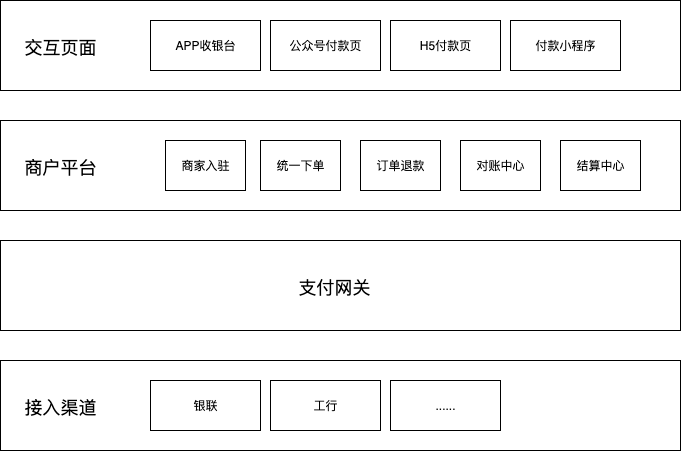
This is Untitled Diagram.png from isesame-Ch/draw.io-pri, a draw.io export, as it was before one commit. Source tidied: cells renumbered, new cells last; positions are measured from the earlier drawing's top-left corner, leaving out a move shared by most shapes. Source of this version:
```xml
<mxGraphModel>
  <root>
    <mxCell id="0" />
    <mxCell id="1" parent="0" />
    <mxCell id="2" style="rounded=0;whiteSpace=wrap;html=1;" parent="1" vertex="1">
      <mxGeometry width="680" height="90" as="geometry" />
    </mxCell>
    <mxCell id="3" value="APP收银台" style="html=1;" parent="1" vertex="1">
      <mxGeometry x="150" y="20" width="110" height="50" as="geometry" />
    </mxCell>
    <mxCell id="4" value="&lt;p&gt;&lt;span style=&quot;font-weight: normal&quot;&gt;&lt;font style=&quot;font-size: 18px&quot;&gt;交互页面&lt;/font&gt;&lt;/span&gt;&lt;/p&gt;" style="text;strokeColor=none;fillColor=none;html=1;fontSize=24;fontStyle=1;verticalAlign=middle;align=center;" parent="1" vertex="1">
      <mxGeometry x="10" y="25" width="100" height="40" as="geometry" />
    </mxCell>
    <mxCell id="5" value="公众号付款页" style="html=1;" parent="1" vertex="1">
      <mxGeometry x="270" y="20" width="110" height="50" as="geometry" />
    </mxCell>
    <mxCell id="6" value="H5付款页" style="html=1;" parent="1" vertex="1">
      <mxGeometry x="390" y="20" width="110" height="50" as="geometry" />
    </mxCell>
    <mxCell id="7" value="付款小程序" style="html=1;" parent="1" vertex="1">
      <mxGeometry x="510" y="20" width="110" height="50" as="geometry" />
    </mxCell>
    <mxCell id="8" style="rounded=0;whiteSpace=wrap;html=1;" parent="1" vertex="1">
      <mxGeometry y="120" width="680" height="90" as="geometry" />
    </mxCell>
    <mxCell id="9" value="&lt;p&gt;&lt;span style=&quot;font-size: 18px ; font-weight: 400&quot;&gt;商户平台&lt;/span&gt;&lt;/p&gt;" style="text;strokeColor=none;fillColor=none;html=1;fontSize=24;fontStyle=1;verticalAlign=middle;align=center;" parent="1" vertex="1">
      <mxGeometry x="10" y="145" width="100" height="40" as="geometry" />
    </mxCell>
    <mxCell id="10" value="统一下单" style="html=1;" parent="1" vertex="1">
      <mxGeometry x="260" y="140" width="80" height="50" as="geometry" />
    </mxCell>
    <mxCell id="11" value="订单退款" style="html=1;" parent="1" vertex="1">
      <mxGeometry x="360" y="140" width="80" height="50" as="geometry" />
    </mxCell>
    <mxCell id="12" value="对账中心" style="html=1;" parent="1" vertex="1">
      <mxGeometry x="460" y="140" width="80" height="50" as="geometry" />
    </mxCell>
    <mxCell id="13" value="结算中心" style="html=1;" parent="1" vertex="1">
      <mxGeometry x="560" y="140" width="80" height="50" as="geometry" />
    </mxCell>
    <mxCell id="14" style="rounded=0;whiteSpace=wrap;html=1;" parent="1" vertex="1">
      <mxGeometry y="240" width="680" height="90" as="geometry" />
    </mxCell>
    <mxCell id="15" value="&lt;p&gt;&lt;span style=&quot;font-size: 18px ; font-weight: 400&quot;&gt;支付网关&lt;/span&gt;&lt;/p&gt;" style="text;strokeColor=none;fillColor=none;html=1;fontSize=24;fontStyle=1;verticalAlign=middle;align=center;" parent="1" vertex="1">
      <mxGeometry x="284" y="265" width="100" height="40" as="geometry" />
    </mxCell>
    <mxCell id="16" style="rounded=0;whiteSpace=wrap;html=1;" parent="1" vertex="1">
      <mxGeometry y="360" width="680" height="90" as="geometry" />
    </mxCell>
    <mxCell id="17" value="&lt;p&gt;&lt;span style=&quot;font-size: 18px ; font-weight: 400&quot;&gt;接入渠道&lt;/span&gt;&lt;/p&gt;" style="text;strokeColor=none;fillColor=none;html=1;fontSize=24;fontStyle=1;verticalAlign=middle;align=center;" parent="1" vertex="1">
      <mxGeometry x="10" y="385" width="100" height="40" as="geometry" />
    </mxCell>
    <mxCell id="18" value="银联" style="html=1;" parent="1" vertex="1">
      <mxGeometry x="150" y="380" width="110" height="50" as="geometry" />
    </mxCell>
    <mxCell id="19" value="工行" style="html=1;" parent="1" vertex="1">
      <mxGeometry x="270" y="380" width="110" height="50" as="geometry" />
    </mxCell>
    <mxCell id="20" value="......" style="html=1;" parent="1" vertex="1">
      <mxGeometry x="390" y="380" width="110" height="50" as="geometry" />
    </mxCell>
    <mxCell id="21" value="商家入驻" style="html=1;" parent="1" vertex="1">
      <mxGeometry x="165" y="140" width="80" height="50" as="geometry" />
    </mxCell>
  </root>
</mxGraphModel>
```
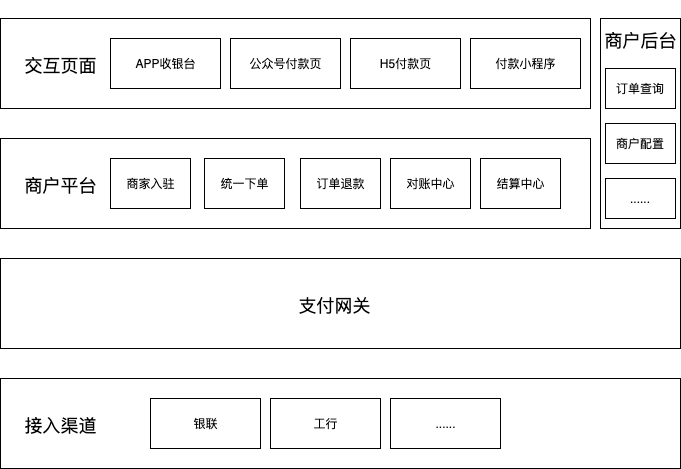
The same diagram one commit later.

Commit message:
聚合支付产品架构图

The edit, as a diff of the source:
```diff
@@ -3,40 +3,40 @@
     <mxCell id="0" />
     <mxCell id="1" parent="0" />
     <mxCell id="2" style="rounded=0;whiteSpace=wrap;html=1;" parent="1" vertex="1">
-      <mxGeometry width="680" height="90" as="geometry" />
+      <mxGeometry width="590" height="90" as="geometry" />
     </mxCell>
     <mxCell id="3" value="APP收银台" style="html=1;" parent="1" vertex="1">
-      <mxGeometry x="150" y="20" width="110" height="50" as="geometry" />
+      <mxGeometry x="110" y="20" width="110" height="50" as="geometry" />
     </mxCell>
     <mxCell id="4" value="&lt;p&gt;&lt;span style=&quot;font-weight: normal&quot;&gt;&lt;font style=&quot;font-size: 18px&quot;&gt;交互页面&lt;/font&gt;&lt;/span&gt;&lt;/p&gt;" style="text;strokeColor=none;fillColor=none;html=1;fontSize=24;fontStyle=1;verticalAlign=middle;align=center;" parent="1" vertex="1">
       <mxGeometry x="10" y="25" width="100" height="40" as="geometry" />
     </mxCell>
     <mxCell id="5" value="公众号付款页" style="html=1;" parent="1" vertex="1">
-      <mxGeometry x="270" y="20" width="110" height="50" as="geometry" />
+      <mxGeometry x="230" y="20" width="110" height="50" as="geometry" />
     </mxCell>
     <mxCell id="6" value="H5付款页" style="html=1;" parent="1" vertex="1">
-      <mxGeometry x="390" y="20" width="110" height="50" as="geometry" />
+      <mxGeometry x="350" y="20" width="110" height="50" as="geometry" />
     </mxCell>
     <mxCell id="7" value="付款小程序" style="html=1;" parent="1" vertex="1">
-      <mxGeometry x="510" y="20" width="110" height="50" as="geometry" />
+      <mxGeometry x="470" y="20" width="110" height="50" as="geometry" />
     </mxCell>
     <mxCell id="8" style="rounded=0;whiteSpace=wrap;html=1;" parent="1" vertex="1">
-      <mxGeometry y="120" width="680" height="90" as="geometry" />
+      <mxGeometry y="120" width="590" height="90" as="geometry" />
     </mxCell>
     <mxCell id="9" value="&lt;p&gt;&lt;span style=&quot;font-size: 18px ; font-weight: 400&quot;&gt;商户平台&lt;/span&gt;&lt;/p&gt;" style="text;strokeColor=none;fillColor=none;html=1;fontSize=24;fontStyle=1;verticalAlign=middle;align=center;" parent="1" vertex="1">
       <mxGeometry x="10" y="145" width="100" height="40" as="geometry" />
     </mxCell>
     <mxCell id="10" value="统一下单" style="html=1;" parent="1" vertex="1">
-      <mxGeometry x="260" y="140" width="80" height="50" as="geometry" />
+      <mxGeometry x="204" y="140" width="80" height="50" as="geometry" />
     </mxCell>
     <mxCell id="11" value="订单退款" style="html=1;" parent="1" vertex="1">
-      <mxGeometry x="360" y="140" width="80" height="50" as="geometry" />
+      <mxGeometry x="300" y="140" width="80" height="50" as="geometry" />
     </mxCell>
     <mxCell id="12" value="对账中心" style="html=1;" parent="1" vertex="1">
-      <mxGeometry x="460" y="140" width="80" height="50" as="geometry" />
+      <mxGeometry x="390" y="140" width="80" height="50" as="geometry" />
     </mxCell>
     <mxCell id="13" value="结算中心" style="html=1;" parent="1" vertex="1">
-      <mxGeometry x="560" y="140" width="80" height="50" as="geometry" />
+      <mxGeometry x="480" y="140" width="80" height="50" as="geometry" />
     </mxCell>
     <mxCell id="14" style="rounded=0;whiteSpace=wrap;html=1;" parent="1" vertex="1">
       <mxGeometry y="240" width="680" height="90" as="geometry" />
@@ -60,7 +60,22 @@
       <mxGeometry x="390" y="380" width="110" height="50" as="geometry" />
     </mxCell>
     <mxCell id="21" value="商家入驻" style="html=1;" parent="1" vertex="1">
-      <mxGeometry x="165" y="140" width="80" height="50" as="geometry" />
+      <mxGeometry x="110" y="140" width="80" height="50" as="geometry" />
     </mxCell>
+    <mxCell id="22" style="rounded=0;whiteSpace=wrap;html=1;" parent="1" vertex="1">
+      <mxGeometry x="600" width="80" height="210" as="geometry" />
+    </mxCell>
+    <mxCell id="23" value="&lt;p&gt;&lt;span style=&quot;font-size: 18px ; font-weight: 400&quot;&gt;商户后台&lt;/span&gt;&lt;/p&gt;" style="text;strokeColor=none;fillColor=none;html=1;fontSize=24;fontStyle=1;verticalAlign=middle;align=center;" parent="1" vertex="1">
+      <mxGeometry x="600" width="80" height="40" as="geometry" />
+    </mxCell>
+    <mxCell id="24" value="订单查询" style="rounded=0;whiteSpace=wrap;html=1;" parent="1" vertex="1">
+      <mxGeometry x="605" y="50" width="70" height="40" as="geometry" />
+    </mxCell>
+    <mxCell id="25" value="商户配置" style="rounded=0;whiteSpace=wrap;html=1;" parent="1" vertex="1">
+      <mxGeometry x="605" y="105" width="70" height="40" as="geometry" />
+    </mxCell>
+    <mxCell id="26" value="......" style="rounded=0;whiteSpace=wrap;html=1;" parent="1" vertex="1">
+      <mxGeometry x="605" y="160" width="70" height="40" as="geometry" />
+    </mxCell>
   </root>
 </mxGraphModel>
```
